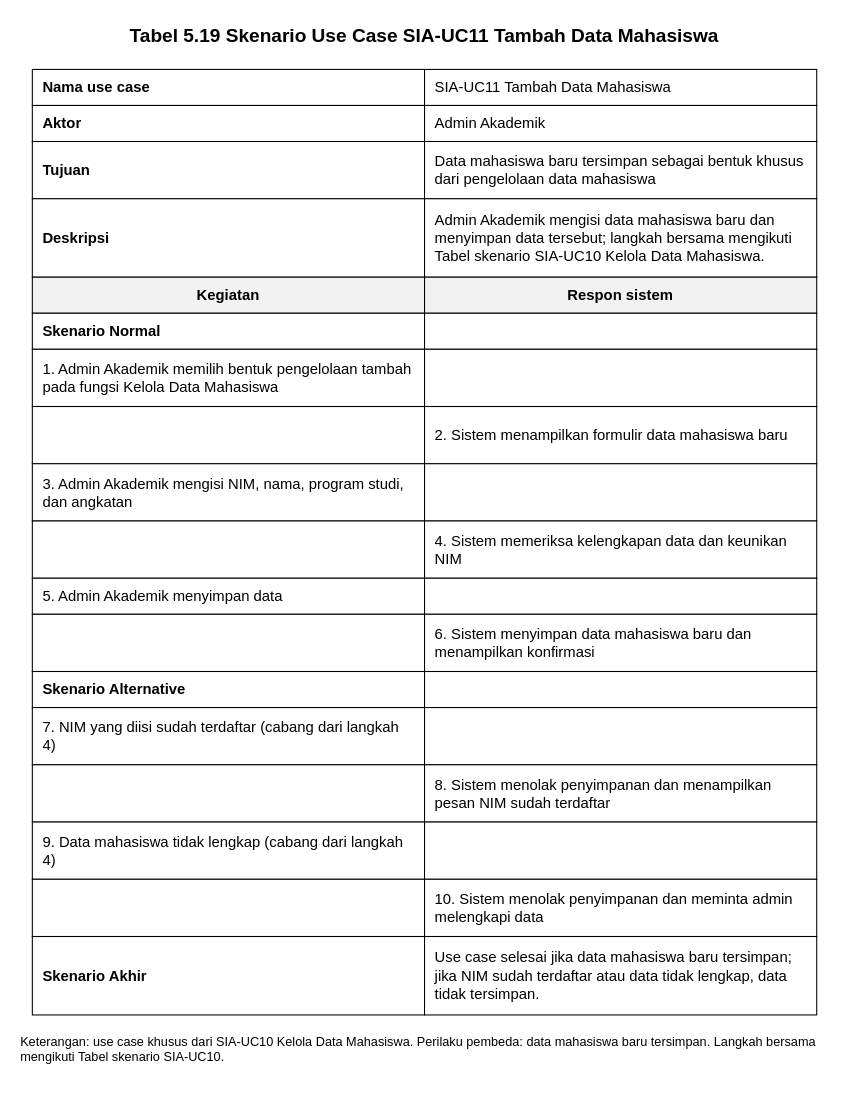
The draw.io diagram page "Tabel 5.19 - SIA-UC11" (5 of 7) of 01_skenario/P05_2406043_SIA_skenario_v01.drawio in pieceofshl/IFRWP5149_2406043_LabAlat, before the edit. Source tidied: cells renumbered, new cells numbered last; positions are measured from the earlier drawing's top-left corner, leaving out a move shared by most shapes. Both pictures are drawn from the tidied source at 106%, with x=0, y=0 at pixel (18, 18).
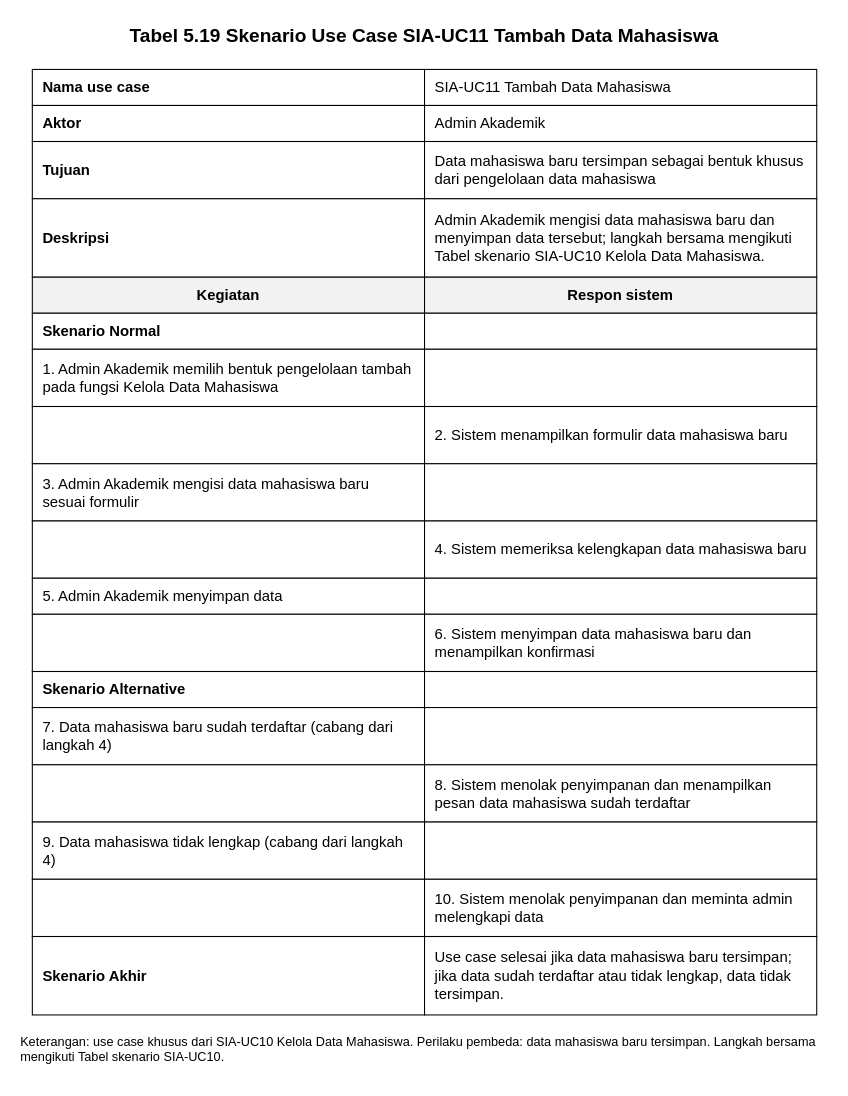
After the change.

The edit, as a diff of the source:
```diff
@@
-    <mxCell id="19" value="3. Admin Akademik mengisi NIM, nama, program studi, dan angkatan" style="rounded=0;whiteSpace=wrap;html=1;align=left;verticalAlign=middle;spacingLeft=8;spacingRight=8;spacingTop=4;spacingBottom=4;fontFamily=Arial;fontSize=14;fontColor=#000000;strokeColor=#000000;strokeWidth=1;fillColor=#FFFFFF;" parent="1" vertex="1">
+    <mxCell id="19" value="3. Admin Akademik mengisi data mahasiswa baru sesuai formulir" style="rounded=0;whiteSpace=wrap;html=1;align=left;verticalAlign=middle;spacingLeft=8;spacingRight=8;spacingTop=4;spacingBottom=4;fontFamily=Arial;fontSize=14;fontColor=#000000;strokeColor=#000000;strokeWidth=1;fillColor=#FFFFFF;" parent="1" vertex="1">
       <mxGeometry x="13" y="420" width="370" height="54" as="geometry" />
     </mxCell>
@@
-    <mxCell id="22" value="4. Sistem memeriksa kelengkapan data dan keunikan NIM" style="rounded=0;whiteSpace=wrap;html=1;align=left;verticalAlign=middle;spacingLeft=8;spacingRight=8;spacingTop=4;spacingBottom=4;fontFamily=Arial;fontSize=14;fontColor=#000000;strokeColor=#000000;strokeWidth=1;fillColor=#FFFFFF;" parent="1" vertex="1">
+    <mxCell id="22" value="4. Sistem memeriksa kelengkapan data mahasiswa baru" style="rounded=0;whiteSpace=wrap;html=1;align=left;verticalAlign=middle;spacingLeft=8;spacingRight=8;spacingTop=4;spacingBottom=4;fontFamily=Arial;fontSize=14;fontColor=#000000;strokeColor=#000000;strokeWidth=1;fillColor=#FFFFFF;" parent="1" vertex="1">
       <mxGeometry x="383" y="474" width="370" height="54" as="geometry" />
     </mxCell>
@@
-    <mxCell id="29" value="7. NIM yang diisi sudah terdaftar (cabang dari langkah 4)" style="rounded=0;whiteSpace=wrap;html=1;align=left;verticalAlign=middle;spacingLeft=8;spacingRight=8;spacingTop=4;spacingBottom=4;fontFamily=Arial;fontSize=14;fontColor=#000000;strokeColor=#000000;strokeWidth=1;fillColor=#FFFFFF;" parent="1" vertex="1">
+    <mxCell id="29" value="7. Data mahasiswa baru sudah terdaftar (cabang dari langkah 4)" style="rounded=0;whiteSpace=wrap;html=1;align=left;verticalAlign=middle;spacingLeft=8;spacingRight=8;spacingTop=4;spacingBottom=4;fontFamily=Arial;fontSize=14;fontColor=#000000;strokeColor=#000000;strokeWidth=1;fillColor=#FFFFFF;" parent="1" vertex="1">
       <mxGeometry x="13" y="650" width="370" height="54" as="geometry" />
     </mxCell>
@@
-    <mxCell id="32" value="8. Sistem menolak penyimpanan dan menampilkan pesan NIM sudah terdaftar" style="rounded=0;whiteSpace=wrap;html=1;align=left;verticalAlign=middle;spacingLeft=8;spacingRight=8;spacingTop=4;spacingBottom=4;fontFamily=Arial;fontSize=14;fontColor=#000000;strokeColor=#000000;strokeWidth=1;fillColor=#FFFFFF;" parent="1" vertex="1">
+    <mxCell id="32" value="8. Sistem menolak penyimpanan dan menampilkan pesan data mahasiswa sudah terdaftar" style="rounded=0;whiteSpace=wrap;html=1;align=left;verticalAlign=middle;spacingLeft=8;spacingRight=8;spacingTop=4;spacingBottom=4;fontFamily=Arial;fontSize=14;fontColor=#000000;strokeColor=#000000;strokeWidth=1;fillColor=#FFFFFF;" parent="1" vertex="1">
       <mxGeometry x="383" y="704" width="370" height="54" as="geometry" />
     </mxCell>
@@
-    <mxCell id="38" value="Use case selesai jika data mahasiswa baru tersimpan; jika NIM sudah terdaftar atau data tidak lengkap, data tidak tersimpan." style="rounded=0;whiteSpace=wrap;html=1;align=left;verticalAlign=middle;spacingLeft=8;spacingRight=8;spacingTop=4;spacingBottom=4;fontFamily=Arial;fontSize=14;fontColor=#000000;strokeColor=#000000;strokeWidth=1;fillColor=#FFFFFF;" parent="1" vertex="1">
+    <mxCell id="38" value="Use case selesai jika data mahasiswa baru tersimpan; jika data sudah terdaftar atau tidak lengkap, data tidak tersimpan." style="rounded=0;whiteSpace=wrap;html=1;align=left;verticalAlign=middle;spacingLeft=8;spacingRight=8;spacingTop=4;spacingBottom=4;fontFamily=Arial;fontSize=14;fontColor=#000000;strokeColor=#000000;strokeWidth=1;fillColor=#FFFFFF;" parent="1" vertex="1">
       <mxGeometry x="383" y="866" width="370" height="74" as="geometry" />
     </mxCell>
```
